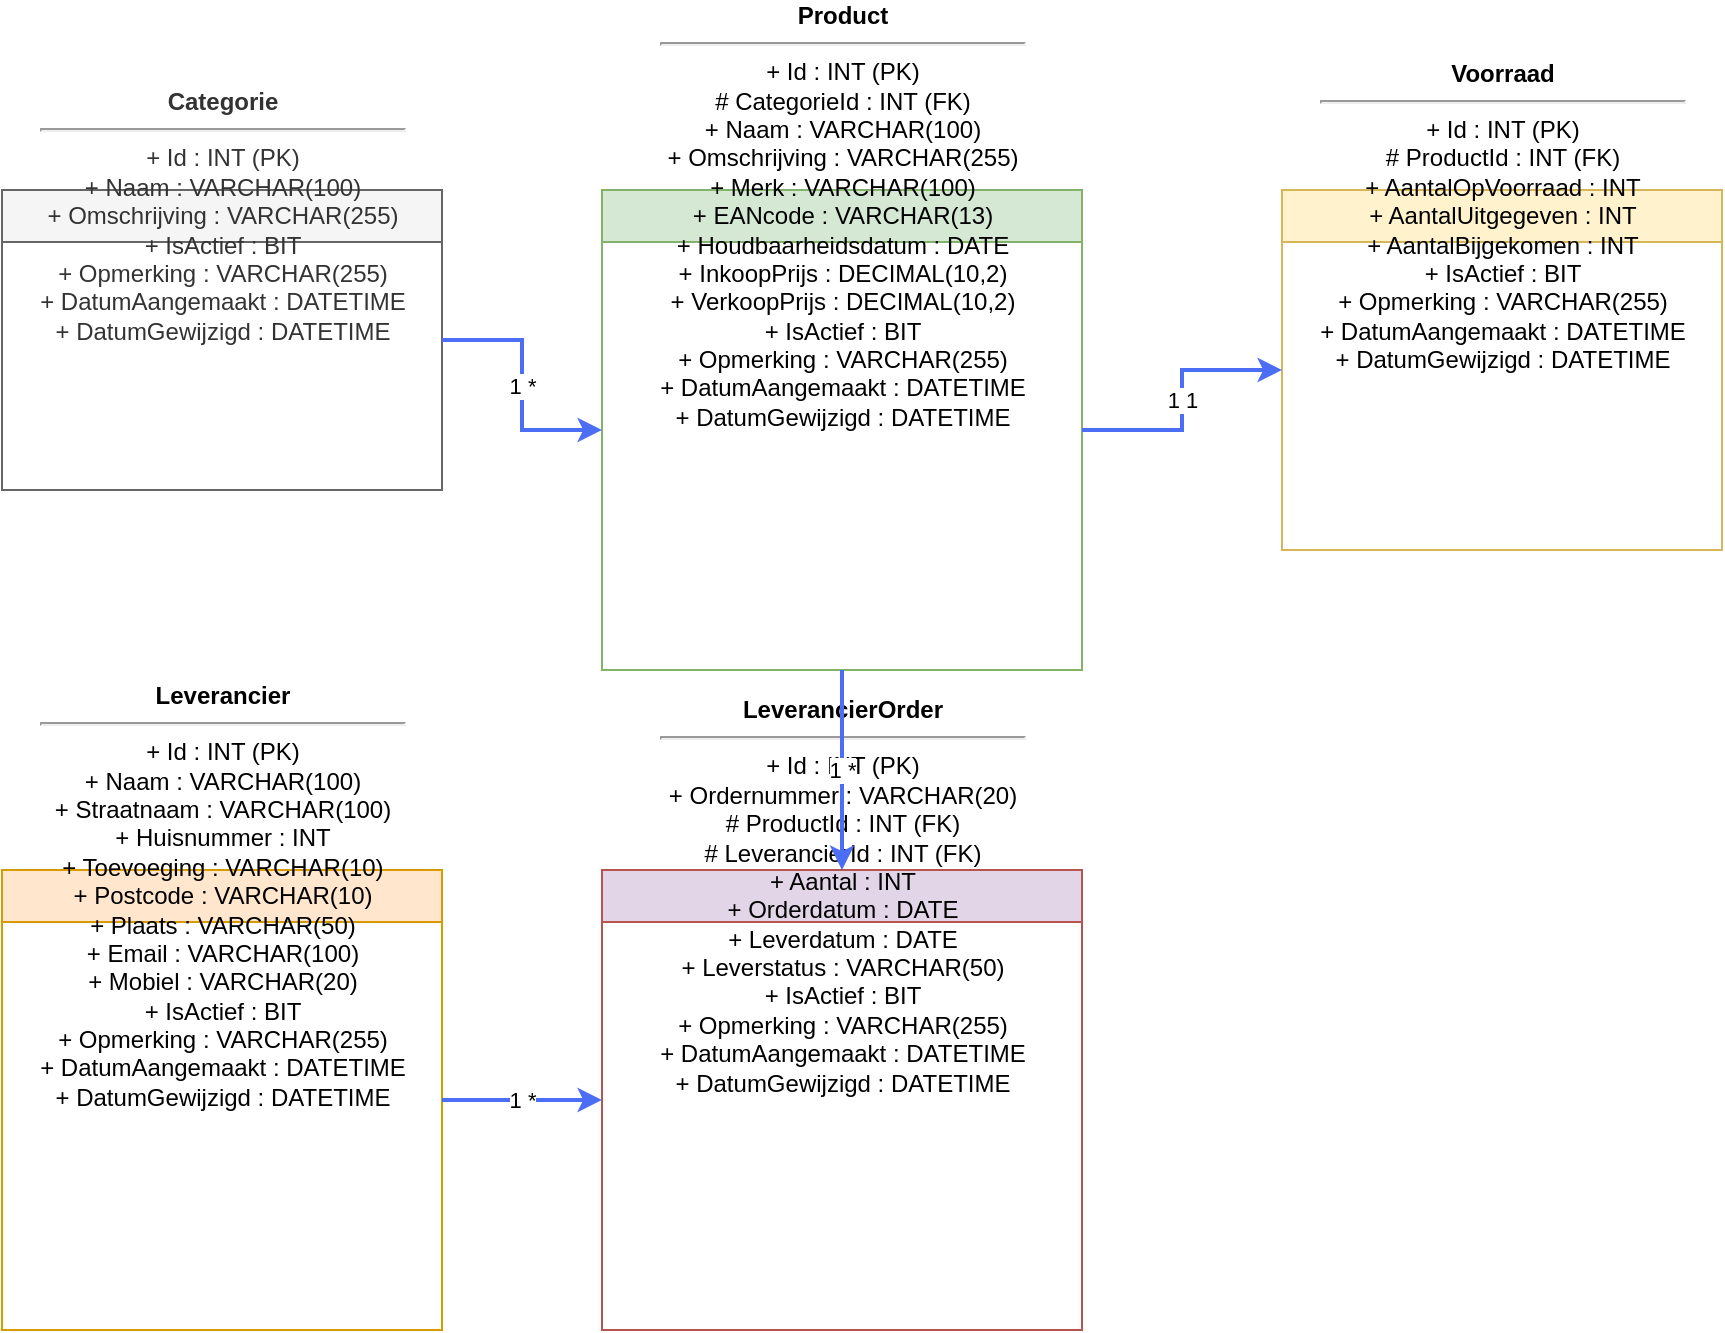
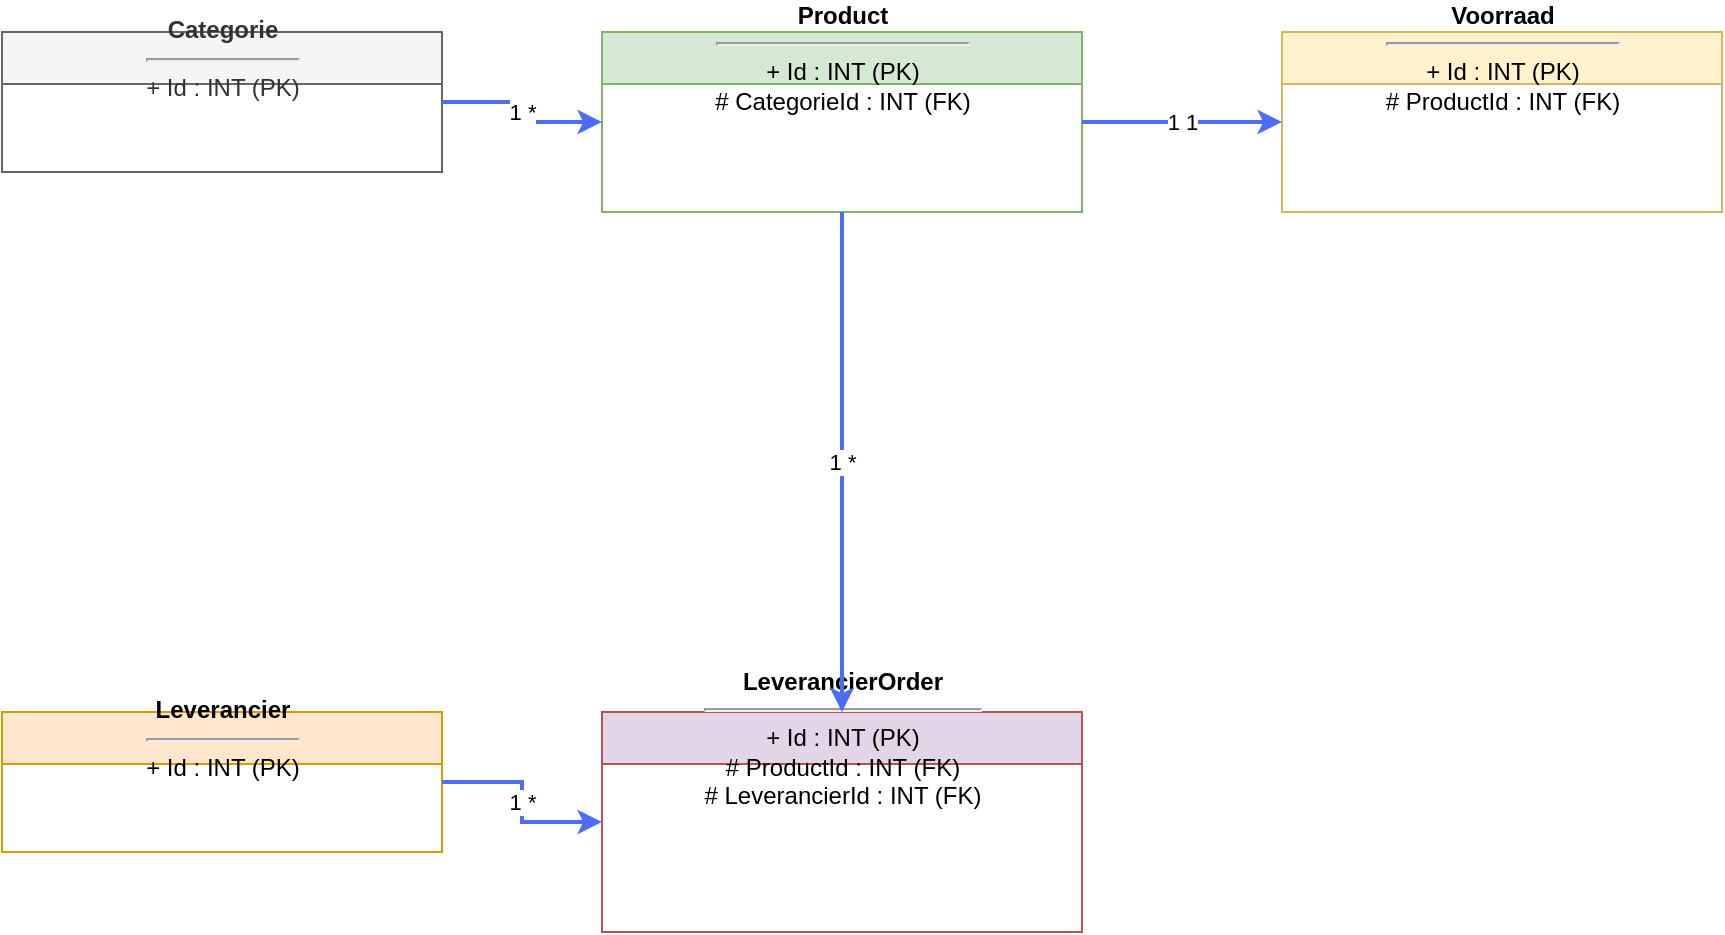
<mxfile host="65bd71144e">
    <diagram id="ProductERD" name="Product ERD">
        <mxGraphModel dx="1212" dy="800" grid="1" gridSize="10" guides="1" tooltips="1" connect="1" arrows="1" fold="1" page="1" pageScale="1" pageWidth="827" pageHeight="1169" math="0" shadow="0">
            <root>
                <mxCell id="0"/>
                <mxCell id="1" parent="0"/>

                <!-- Table Categorie -->
-                 <mxCell id="cat" value="&lt;b&gt;Categorie&lt;/b&gt;&lt;hr/&gt;+ Id : INT (PK)&lt;br/&gt;+ Naam : VARCHAR(100)&lt;br/&gt;+ Omschrijving : VARCHAR(255)&lt;br/&gt;+ IsActief : BIT&lt;br/&gt;+ Opmerking : VARCHAR(255)&lt;br/&gt;+ DatumAangemaakt : DATETIME&lt;br/&gt;+ DatumGewijzigd : DATETIME" style="swimlane;fontStyle=0;childLayout=listLayout;horizontal=1;startSize=26;horizontalStack=0;html=1;fillColor=#f5f5f5;strokeColor=#666666;fontColor=#333333;" vertex="1" parent="1">
-                     <mxGeometry x="40" y="40" width="220" height="150" as="geometry"/>
+                 <mxCell id="cat" value="&lt;b&gt;Categorie&lt;/b&gt;&lt;hr/&gt;+ Id : INT (PK)" style="swimlane;fontStyle=0;childLayout=listLayout;horizontal=1;startSize=26;horizontalStack=0;html=1;fillColor=#f5f5f5;strokeColor=#666666;fontColor=#333333;" parent="1" vertex="1">
+                     <mxGeometry x="40" y="40" width="220" height="70" as="geometry"/>
                </mxCell>

                <!-- Table Product -->
-                 <mxCell id="prod" value="&lt;b&gt;Product&lt;/b&gt;&lt;hr/&gt;+ Id : INT (PK)&lt;br/&gt;# CategorieId : INT (FK)&lt;br/&gt;+ Naam : VARCHAR(100)&lt;br/&gt;+ Omschrijving : VARCHAR(255)&lt;br/&gt;+ Merk : VARCHAR(100)&lt;br/&gt;+ EANcode : VARCHAR(13)&lt;br/&gt;+ Houdbaarheidsdatum : DATE&lt;br/&gt;+ InkoopPrijs : DECIMAL(10,2)&lt;br/&gt;+ VerkoopPrijs : DECIMAL(10,2)&lt;br/&gt;+ IsActief : BIT&lt;br/&gt;+ Opmerking : VARCHAR(255)&lt;br/&gt;+ DatumAangemaakt : DATETIME&lt;br/&gt;+ DatumGewijzigd : DATETIME" style="swimlane;fontStyle=0;childLayout=listLayout;horizontal=1;startSize=26;horizontalStack=0;html=1;fillColor=#d5e8d4;strokeColor=#82b366;fontColor=#000000;" vertex="1" parent="1">
-                     <mxGeometry x="340" y="40" width="240" height="240" as="geometry"/>
+                 <mxCell id="prod" value="&lt;b&gt;Product&lt;/b&gt;&lt;hr/&gt;+ Id : INT (PK)&lt;br/&gt;# CategorieId : INT (FK)" style="swimlane;fontStyle=0;childLayout=listLayout;horizontal=1;startSize=26;horizontalStack=0;html=1;fillColor=#d5e8d4;strokeColor=#82b366;fontColor=#000000;" parent="1" vertex="1">
+                     <mxGeometry x="340" y="40" width="240" height="90" as="geometry"/>
                </mxCell>

                <!-- Table Voorraad -->
-                 <mxCell id="voor" value="&lt;b&gt;Voorraad&lt;/b&gt;&lt;hr/&gt;+ Id : INT (PK)&lt;br/&gt;# ProductId : INT (FK)&lt;br/&gt;+ AantalOpVoorraad : INT&lt;br/&gt;+ AantalUitgegeven : INT&lt;br/&gt;+ AantalBijgekomen : INT&lt;br/&gt;+ IsActief : BIT&lt;br/&gt;+ Opmerking : VARCHAR(255)&lt;br/&gt;+ DatumAangemaakt : DATETIME&lt;br/&gt;+ DatumGewijzigd : DATETIME" style="swimlane;fontStyle=0;childLayout=listLayout;horizontal=1;startSize=26;horizontalStack=0;html=1;fillColor=#fff2cc;strokeColor=#d6b656;fontColor=#000000;" vertex="1" parent="1">
-                     <mxGeometry x="680" y="40" width="220" height="180" as="geometry"/>
+                 <mxCell id="voor" value="&lt;b&gt;Voorraad&lt;/b&gt;&lt;hr/&gt;+ Id : INT (PK)&lt;br/&gt;# ProductId : INT (FK)" style="swimlane;fontStyle=0;childLayout=listLayout;horizontal=1;startSize=26;horizontalStack=0;html=1;fillColor=#fff2cc;strokeColor=#d6b656;fontColor=#000000;" parent="1" vertex="1">
+                     <mxGeometry x="680" y="40" width="220" height="90" as="geometry"/>
                </mxCell>

                <!-- Table Leverancier -->
-                 <mxCell id="lev" value="&lt;b&gt;Leverancier&lt;/b&gt;&lt;hr/&gt;+ Id : INT (PK)&lt;br/&gt;+ Naam : VARCHAR(100)&lt;br/&gt;+ Straatnaam : VARCHAR(100)&lt;br/&gt;+ Huisnummer : INT&lt;br/&gt;+ Toevoeging : VARCHAR(10)&lt;br/&gt;+ Postcode : VARCHAR(10)&lt;br/&gt;+ Plaats : VARCHAR(50)&lt;br/&gt;+ Email : VARCHAR(100)&lt;br/&gt;+ Mobiel : VARCHAR(20)&lt;br/&gt;+ IsActief : BIT&lt;br/&gt;+ Opmerking : VARCHAR(255)&lt;br/&gt;+ DatumAangemaakt : DATETIME&lt;br/&gt;+ DatumGewijzigd : DATETIME" style="swimlane;fontStyle=0;childLayout=listLayout;horizontal=1;startSize=26;horizontalStack=0;html=1;fillColor=#ffe6cc;strokeColor=#d79b00;fontColor=#000000;" vertex="1" parent="1">
-                     <mxGeometry x="40" y="380" width="220" height="230" as="geometry"/>
+                 <mxCell id="lev" value="&lt;b&gt;Leverancier&lt;/b&gt;&lt;hr/&gt;+ Id : INT (PK)" style="swimlane;fontStyle=0;childLayout=listLayout;horizontal=1;startSize=26;horizontalStack=0;html=1;fillColor=#ffe6cc;strokeColor=#d79b00;fontColor=#000000;" parent="1" vertex="1">
+                     <mxGeometry x="40" y="380" width="220" height="70" as="geometry"/>
                </mxCell>

                <!-- Table LeverancierOrder -->
-                 <mxCell id="order" value="&lt;b&gt;LeverancierOrder&lt;/b&gt;&lt;hr/&gt;+ Id : INT (PK)&lt;br/&gt;+ Ordernummer : VARCHAR(20)&lt;br/&gt;# ProductId : INT (FK)&lt;br/&gt;# LeverancierId : INT (FK)&lt;br/&gt;+ Aantal : INT&lt;br/&gt;+ Orderdatum : DATE&lt;br/&gt;+ Leverdatum : DATE&lt;br/&gt;+ Leverstatus : VARCHAR(50)&lt;br/&gt;+ IsActief : BIT&lt;br/&gt;+ Opmerking : VARCHAR(255)&lt;br/&gt;+ DatumAangemaakt : DATETIME&lt;br/&gt;+ DatumGewijzigd : DATETIME" style="swimlane;fontStyle=0;childLayout=listLayout;horizontal=1;startSize=26;horizontalStack=0;html=1;fillColor=#e1d5e7;strokeColor=#b85450;fontColor=#000000;" vertex="1" parent="1">
-                     <mxGeometry x="340" y="380" width="240" height="230" as="geometry"/>
+                 <mxCell id="order" value="&lt;b&gt;LeverancierOrder&lt;/b&gt;&lt;hr/&gt;+ Id : INT (PK)&lt;br/&gt;# ProductId : INT (FK)&lt;br/&gt;# LeverancierId : INT (FK)" style="swimlane;fontStyle=0;childLayout=listLayout;horizontal=1;startSize=26;horizontalStack=0;html=1;fillColor=#e1d5e7;strokeColor=#b85450;fontColor=#000000;" parent="1" vertex="1">
+                     <mxGeometry x="340" y="380" width="240" height="110" as="geometry"/>
                </mxCell>

                <!-- Connection: Categorie to Product -->
-                 <mxCell id="conn1" value="1           *" style="edgeStyle=orthogonalEdgeStyle;rounded=0;orthogonalLoop=1;jettySize=auto;html=1;exitX=1;exitY=0.5;entryX=0;entryY=0.5;strokeColor=#4c6ef5;strokeWidth=2;endArrow=classic;endFill=1;" edge="1" parent="1" source="cat" target="prod">
+                 <mxCell id="conn1" value="1           *" style="edgeStyle=orthogonalEdgeStyle;rounded=0;orthogonalLoop=1;jettySize=auto;html=1;exitX=1;exitY=0.5;entryX=0;entryY=0.5;strokeColor=#4c6ef5;strokeWidth=2;endArrow=classic;endFill=1;" parent="1" source="cat" target="prod" edge="1">
                    <mxGeometry relative="1" as="geometry"/>
                </mxCell>

                <!-- Connection: Product to Voorraad -->
-                 <mxCell id="conn2" value="1           1" style="edgeStyle=orthogonalEdgeStyle;rounded=0;orthogonalLoop=1;jettySize=auto;html=1;exitX=1;exitY=0.5;entryX=0;entryY=0.5;strokeColor=#4c6ef5;strokeWidth=2;endArrow=classic;endFill=1;" edge="1" parent="1" source="prod" target="voor">
+                 <mxCell id="conn2" value="1           1" style="edgeStyle=orthogonalEdgeStyle;rounded=0;orthogonalLoop=1;jettySize=auto;html=1;exitX=1;exitY=0.5;entryX=0;entryY=0.5;strokeColor=#4c6ef5;strokeWidth=2;endArrow=classic;endFill=1;" parent="1" source="prod" target="voor" edge="1">
                    <mxGeometry relative="1" as="geometry"/>
                </mxCell>

                <!-- Connection: Product to LeverancierOrder -->
-                 <mxCell id="conn3" value="1           *" style="edgeStyle=orthogonalEdgeStyle;rounded=0;orthogonalLoop=1;jettySize=auto;html=1;exitX=0.5;exitY=1;entryX=0.5;entryY=0;strokeColor=#4c6ef5;strokeWidth=2;endArrow=classic;endFill=1;" edge="1" parent="1" source="prod" target="order">
+                 <mxCell id="conn3" value="1           *" style="edgeStyle=orthogonalEdgeStyle;rounded=0;orthogonalLoop=1;jettySize=auto;html=1;exitX=0.5;exitY=1;entryX=0.5;entryY=0;strokeColor=#4c6ef5;strokeWidth=2;endArrow=classic;endFill=1;" parent="1" source="prod" target="order" edge="1">
                    <mxGeometry relative="1" as="geometry"/>
                </mxCell>

                <!-- Connection: Leverancier to LeverancierOrder -->
-                 <mxCell id="conn4" value="1           *" style="edgeStyle=orthogonalEdgeStyle;rounded=0;orthogonalLoop=1;jettySize=auto;html=1;exitX=1;exitY=0.5;entryX=0;entryY=0.5;strokeColor=#4c6ef5;strokeWidth=2;endArrow=classic;endFill=1;" edge="1" parent="1" source="lev" target="order">
+                 <mxCell id="conn4" value="1           *" style="edgeStyle=orthogonalEdgeStyle;rounded=0;orthogonalLoop=1;jettySize=auto;html=1;exitX=1;exitY=0.5;entryX=0;entryY=0.5;strokeColor=#4c6ef5;strokeWidth=2;endArrow=classic;endFill=1;" parent="1" source="lev" target="order" edge="1">
                    <mxGeometry relative="1" as="geometry"/>
                </mxCell>

            </root>
        </mxGraphModel>
    </diagram>
- </mxfile>
+ </mxfile>